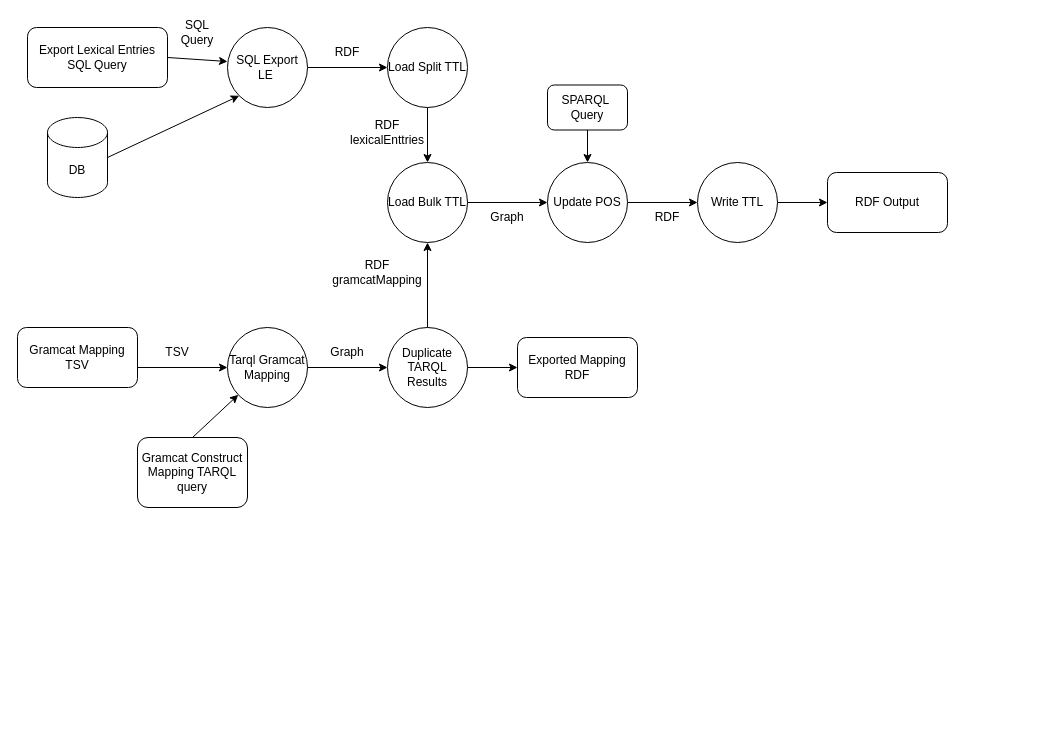
This is fintan_pipeline.drawio from gkirtzou/lexis-transforming-sql-to-rdf, a draw.io file, before an edit. Source tidied: cells renumbered, new cells numbered last; positions are measured from the earlier drawing's top-left corner, leaving out a move shared by most shapes. Both pictures are drawn from the tidied source at 100%, with x=0, y=0 at pixel (17, 17).
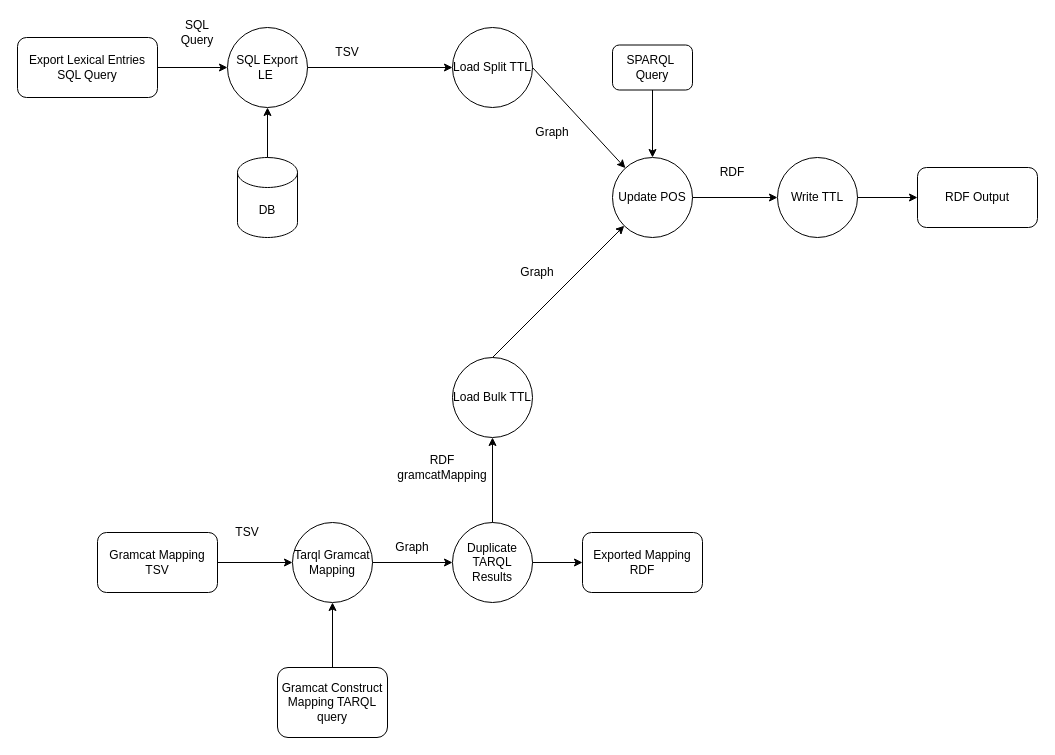
The same diagram, later.

Commit message:
Minor fix in pipeline drawing to represent reality

The change refers to these unchanged cells:
```xml
<mxCell id="2" value="SQL Export LE&amp;nbsp;" style="ellipse;whiteSpace=wrap;html=1;" parent="1" vertex="1">
  <mxGeometry x="210" y="10" width="80" height="80" as="geometry" />
</mxCell>
```

Diff of the diagram source:
```diff
@@
-    <mxCell id="3" style="endArrow=classic;html=1;rounded=0;exitX=1;exitY=0.5;exitDx=0;exitDy=0;entryX=0;entryY=0.425;entryDx=0;entryDy=0;entryPerimeter=0;" parent="1" edge="1" source="23" target="2">
+    <mxCell id="3" style="endArrow=classic;html=1;rounded=0;exitX=1;exitY=0.5;exitDx=0;exitDy=0;entryX=0;entryY=0.5;entryDx=0;entryDy=0;" parent="1" edge="1" source="23" target="2">
       <mxGeometry relative="1" as="geometry" />
     </mxCell>
@@
     <mxCell id="5" value="Update POS" style="ellipse;whiteSpace=wrap;html=1;" parent="1" vertex="1">
-      <mxGeometry x="530" y="145" width="80" height="80" as="geometry" />
+      <mxGeometry x="595" y="140" width="80" height="80" as="geometry" />
     </mxCell>
     <mxCell id="6" value="SPARQL&amp;nbsp; Query" style="rounded=1;whiteSpace=wrap;html=1;" parent="1" vertex="1">
-      <mxGeometry x="530" y="67.5" width="80" height="45" as="geometry" />
+      <mxGeometry x="595" y="27.5" width="80" height="45" as="geometry" />
     </mxCell>
@@
     <mxCell id="8" value="Write TTL" style="ellipse;whiteSpace=wrap;html=1;" parent="1" vertex="1">
-      <mxGeometry x="680" y="145" width="80" height="80" as="geometry" />
+      <mxGeometry x="760" y="140" width="80" height="80" as="geometry" />
     </mxCell>
     <mxCell id="9" value="Tarql Gramcat Mapping" style="ellipse;whiteSpace=wrap;html=1;" parent="1" vertex="1">
-      <mxGeometry x="210" y="310" width="80" height="80" as="geometry" />
+      <mxGeometry x="275" y="505" width="80" height="80" as="geometry" />
     </mxCell>
-    <mxCell id="10" style="endArrow=classic;html=1;rounded=0;exitX=1;exitY=0.5;exitDx=0;exitDy=0;entryX=0;entryY=0.5;entryDx=0;entryDy=0;" parent="1" edge="1" target="9">
-      <mxGeometry relative="1" as="geometry">
-        <mxPoint x="120" y="350" as="sourcePoint" />
-      </mxGeometry>
+    <mxCell id="10" style="endArrow=classic;html=1;rounded=0;exitX=1;exitY=0.5;exitDx=0;exitDy=0;entryX=0;entryY=0.5;entryDx=0;entryDy=0;" parent="1" edge="1" source="24" target="9">
+      <mxGeometry relative="1" as="geometry" />
     </mxCell>
     <mxCell id="11" value="TSV" style="text;html=1;strokeColor=none;fillColor=none;align=center;verticalAlign=middle;whiteSpace=wrap;rounded=0;" parent="1" vertex="1">
-      <mxGeometry x="130" y="320" width="60" height="30" as="geometry" />
+      <mxGeometry x="200" y="500" width="60" height="30" as="geometry" />
     </mxCell>
     <mxCell id="12" value="Gramcat Construct Mapping TARQL query&lt;br&gt;" style="rounded=1;whiteSpace=wrap;html=1;" parent="1" vertex="1">
-      <mxGeometry x="120" y="420" width="110" height="70" as="geometry" />
+      <mxGeometry x="260" y="650" width="110" height="70" as="geometry" />
     </mxCell>
-    <mxCell id="13" style="endArrow=classic;html=1;rounded=0;exitX=0.5;exitY=0;exitDx=0;exitDy=0;" parent="1" edge="1" source="12" target="9">
+    <mxCell id="13" style="endArrow=classic;html=1;rounded=0;exitX=0.5;exitY=0;exitDx=0;exitDy=0;entryX=0.5;entryY=1;entryDx=0;entryDy=0;" parent="1" edge="1" source="12" target="9">
       <mxGeometry relative="1" as="geometry" />
     </mxCell>
     <mxCell id="14" value="Duplicate TARQL Results" style="ellipse;whiteSpace=wrap;html=1;" parent="1" vertex="1">
-      <mxGeometry x="370" y="310" width="80" height="80" as="geometry" />
+      <mxGeometry x="435" y="505" width="80" height="80" as="geometry" />
     </mxCell>
@@
     <mxCell id="17" value="Graph" style="text;html=1;strokeColor=none;fillColor=none;align=center;verticalAlign=middle;whiteSpace=wrap;rounded=0;" parent="1" vertex="1">
-      <mxGeometry x="300" y="320" width="60" height="30" as="geometry" />
+      <mxGeometry x="365" y="515" width="60" height="30" as="geometry" />
     </mxCell>
@@
     <mxCell id="20" value="Graph" style="text;html=1;strokeColor=none;fillColor=none;align=center;verticalAlign=middle;whiteSpace=wrap;rounded=0;" parent="1" vertex="1">
-      <mxGeometry x="460" y="185" width="60" height="30" as="geometry" />
+      <mxGeometry x="505" y="100" width="60" height="30" as="geometry" />
     </mxCell>
     <mxCell id="21" value="RDF" style="text;html=1;strokeColor=none;fillColor=none;align=center;verticalAlign=middle;whiteSpace=wrap;rounded=0;" parent="1" vertex="1">
-      <mxGeometry x="620" y="185" width="60" height="30" as="geometry" />
+      <mxGeometry x="685" y="140" width="60" height="30" as="geometry" />
     </mxCell>
@@
     <mxCell id="23" value="Export Lexical Entries SQL Query" style="rounded=1;whiteSpace=wrap;html=1;" parent="1" vertex="1">
-      <mxGeometry x="10" y="10" width="140" height="60" as="geometry" />
+      <mxGeometry y="20" width="140" height="60" as="geometry" />
     </mxCell>
     <mxCell id="24" value="Gramcat Mapping TSV" style="rounded=1;whiteSpace=wrap;html=1;" parent="1" vertex="1">
-      <mxGeometry y="310" width="120" height="60" as="geometry" />
+      <mxGeometry x="80" y="515" width="120" height="60" as="geometry" />
     </mxCell>
     <mxCell id="25" value="RDF Output" style="rounded=1;whiteSpace=wrap;html=1;" parent="1" vertex="1">
-      <mxGeometry x="810" y="155" width="120" height="60" as="geometry" />
+      <mxGeometry x="900" y="150" width="120" height="60" as="geometry" />
     </mxCell>
     <mxCell id="26" value="DB" style="shape=cylinder3;whiteSpace=wrap;html=1;boundedLbl=1;backgroundOutline=1;size=15;" parent="1" vertex="1">
-      <mxGeometry x="30" y="100" width="60" height="80" as="geometry" />
+      <mxGeometry x="220" y="140" width="60" height="80" as="geometry" />
     </mxCell>
-    <mxCell id="27" style="endArrow=classic;html=1;rounded=0;exitX=1;exitY=0.5;exitDx=0;exitDy=0;exitPerimeter=0;entryX=0;entryY=1;entryDx=0;entryDy=0;" parent="1" edge="1" source="26" target="2">
+    <mxCell id="27" style="endArrow=classic;html=1;rounded=0;exitX=0.5;exitY=0;exitDx=0;exitDy=0;exitPerimeter=0;entryX=0.5;entryY=1;entryDx=0;entryDy=0;" parent="1" edge="1" source="26" target="2">
       <mxGeometry relative="1" as="geometry" />
     </mxCell>
     <mxCell id="28" value="Load Split TTL" style="ellipse;whiteSpace=wrap;html=1;" parent="1" vertex="1">
-      <mxGeometry x="370" y="10" width="80" height="80" as="geometry" />
+      <mxGeometry x="435" y="10" width="80" height="80" as="geometry" />
     </mxCell>
-    <mxCell id="29" value="RDF" style="text;html=1;strokeColor=none;fillColor=none;align=center;verticalAlign=middle;whiteSpace=wrap;rounded=0;" parent="1" vertex="1">
+    <mxCell id="29" value="TSV" style="text;html=1;strokeColor=none;fillColor=none;align=center;verticalAlign=middle;whiteSpace=wrap;rounded=0;" parent="1" vertex="1">
       <mxGeometry x="300" y="20" width="60" height="30" as="geometry" />
     </mxCell>
     <mxCell id="30" value="Load Bulk TTL" style="ellipse;whiteSpace=wrap;html=1;" parent="1" vertex="1">
-      <mxGeometry x="370" y="145" width="80" height="80" as="geometry" />
+      <mxGeometry x="435" y="340" width="80" height="80" as="geometry" />
     </mxCell>
-    <mxCell id="31" value="RDF&lt;br&gt;lexicalEnttries" style="text;html=1;strokeColor=none;fillColor=none;align=center;verticalAlign=middle;whiteSpace=wrap;rounded=0;" parent="1" vertex="1">
-      <mxGeometry x="340" y="100" width="60" height="30" as="geometry" />
-    </mxCell>
-    <mxCell id="32" style="endArrow=classic;html=1;rounded=0;exitX=0.5;exitY=1;exitDx=0;exitDy=0;entryX=0.5;entryY=0;entryDx=0;entryDy=0;" parent="1" edge="1" source="28" target="30">
+    <mxCell id="32" style="endArrow=classic;html=1;rounded=0;exitX=1;exitY=0.5;exitDx=0;exitDy=0;" parent="1" edge="1" source="28" target="5">
       <mxGeometry relative="1" as="geometry" />
     </mxCell>
     <mxCell id="33" value="Exported Mapping RDF" style="rounded=1;whiteSpace=wrap;html=1;" parent="1" vertex="1">
-      <mxGeometry x="500" y="320" width="120" height="60" as="geometry" />
+      <mxGeometry x="565" y="515" width="120" height="60" as="geometry" />
     </mxCell>
@@
     <mxCell id="35" value="RDF&lt;br&gt;gramcatMapping" style="text;html=1;strokeColor=none;fillColor=none;align=center;verticalAlign=middle;whiteSpace=wrap;rounded=0;" parent="1" vertex="1">
-      <mxGeometry x="330" y="240" width="60" height="30" as="geometry" />
+      <mxGeometry x="395" y="435" width="60" height="30" as="geometry" />
     </mxCell>
-    <mxCell id="36" style="endArrow=classic;html=1;rounded=0;entryX=0;entryY=0.5;entryDx=0;entryDy=0;exitX=1;exitY=0.5;exitDx=0;exitDy=0;" parent="1" edge="1" source="30" target="5">
+    <mxCell id="36" style="endArrow=classic;html=1;rounded=0;entryX=0;entryY=1;entryDx=0;entryDy=0;exitX=0.5;exitY=0;exitDx=0;exitDy=0;" parent="1" edge="1" source="30" target="5">
       <mxGeometry relative="1" as="geometry" />
     </mxCell>
+    <mxCell id="37" value="Graph" style="text;html=1;strokeColor=none;fillColor=none;align=center;verticalAlign=middle;whiteSpace=wrap;rounded=0;" parent="1" vertex="1">
+      <mxGeometry x="490" y="240" width="60" height="30" as="geometry" />
+    </mxCell>
```
